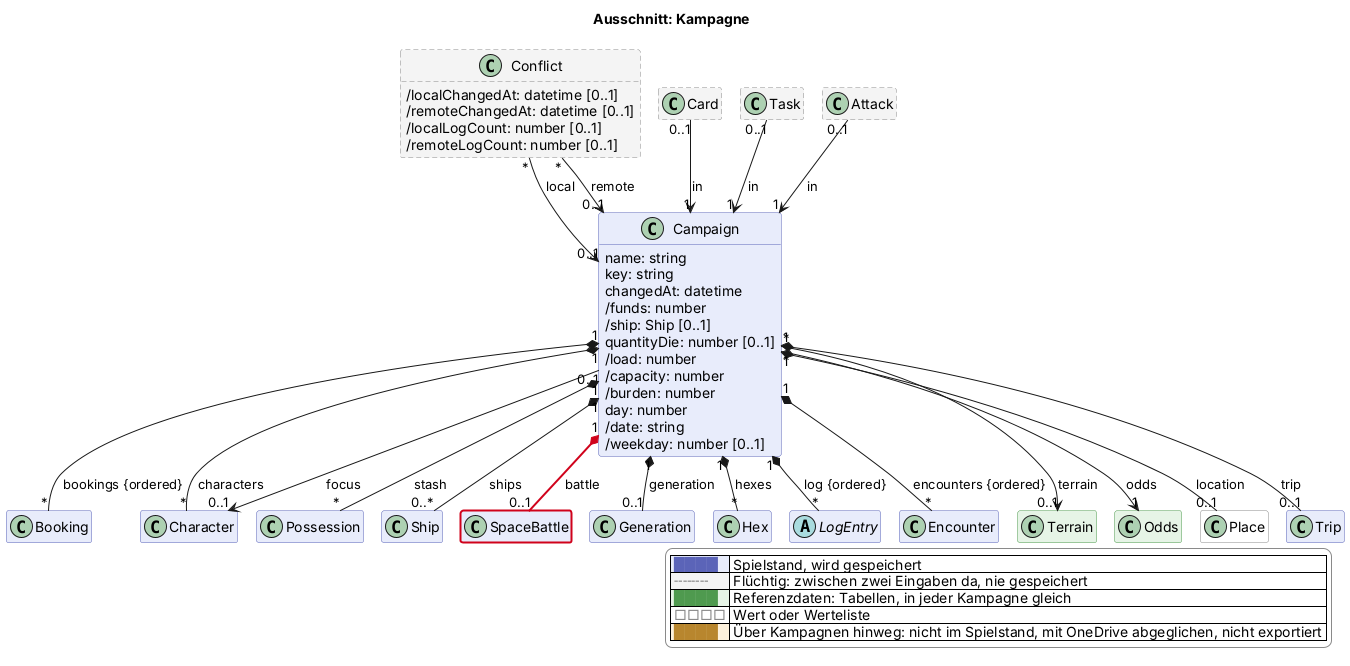
The PlantUML diagram docs/views/kampagne.png in scuzzar/SRE, before a commit.
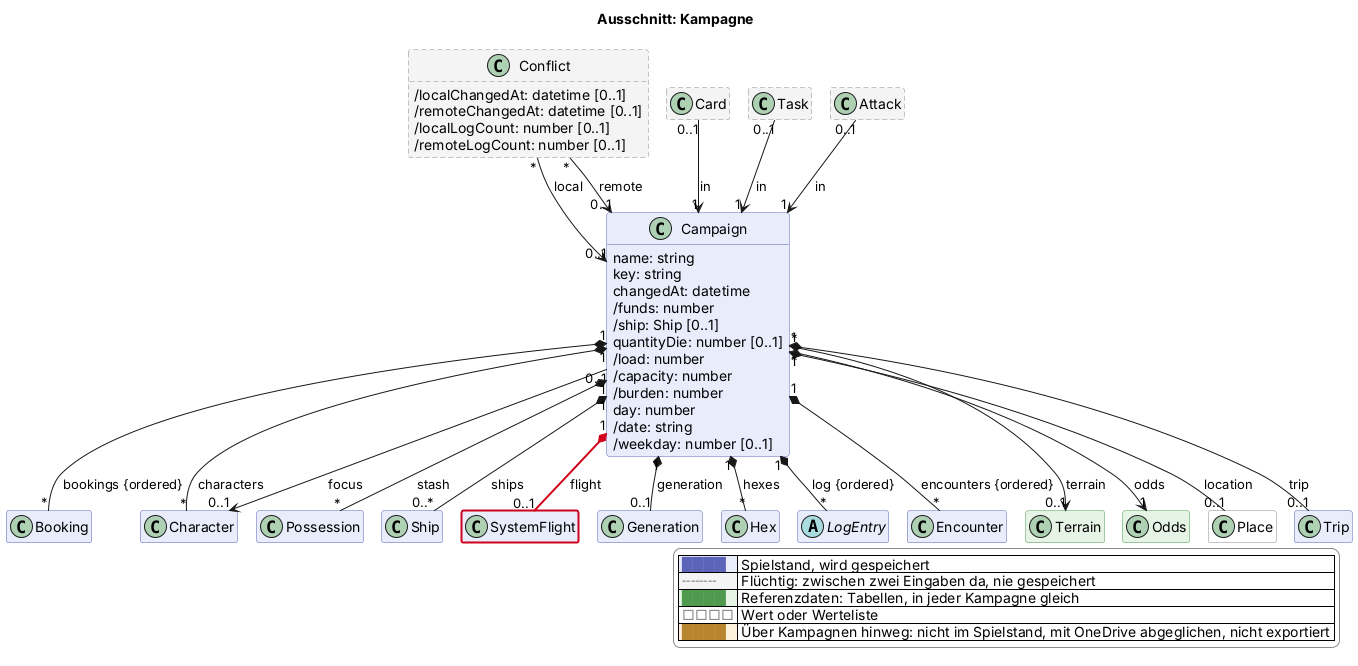
After the commit.

Change to the diagram source:
```diff
@@ -89,7 +89,7 @@
 
   class Ship $schiffe
 
-  class SpaceBattle $raum $newClass("2026-11-18")
+  class SystemFlight $raum $newClass("2026-11-18")
 
   class Generation $erschaffung
 
@@ -125,7 +125,7 @@
 
 Campaign "1" *-- "0..*" Ship : ships
 
-Campaign "1" *-$newArrow("2026-11-18")- "0..1" SpaceBattle : battle
+Campaign "1" *-$newArrow("2026-11-18")- "0..1" SystemFlight : flight
 
 
 Campaign "1" *-- "0..1" Generation : generation
```
